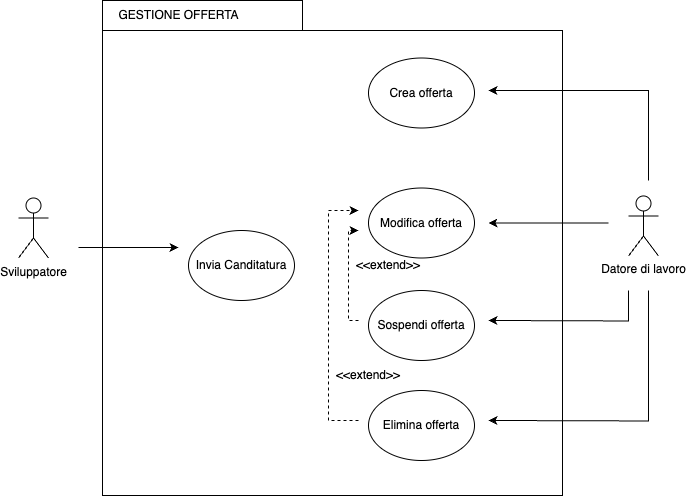
Earlier version of the draw.io export Documentazione/1. Requirement_Analysis_Document/Use_Case_Diagram/UCD_GO.png (JacopoPassariello/TuringCareers). Source tidied: cells renumbered, new cells last; positions are measured from the earlier drawing's top-left corner, leaving out a move shared by most shapes.
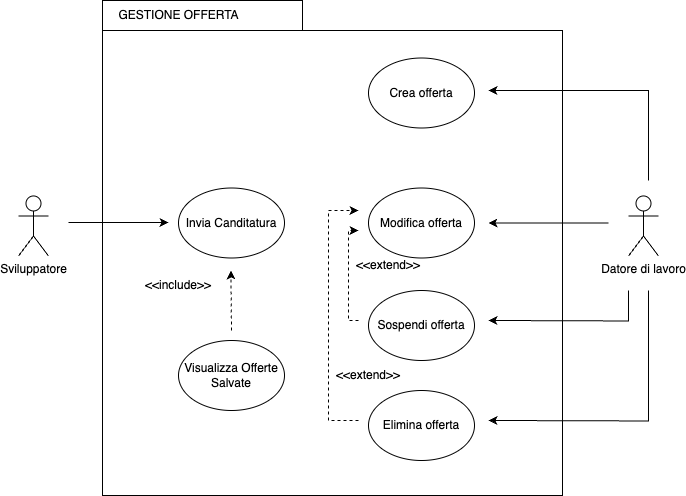
Above is the later version.

Commit message:
Use case update

Diff of the diagram source:
```diff
@@ -15,7 +15,7 @@
       <mxGeometry x="350" y="57.5" width="106" height="70" as="geometry" />
     </mxCell>
     <mxCell id="6" value="Sviluppatore" style="shape=umlActor;verticalLabelPosition=bottom;verticalAlign=top;html=1;" parent="1" vertex="1">
-      <mxGeometry y="197.5" width="30" height="60" as="geometry" />
+      <mxGeometry y="195.5" width="30" height="60" as="geometry" />
     </mxCell>
     <mxCell id="7" value="Elimina offerta" style="ellipse;whiteSpace=wrap;html=1;" parent="1" vertex="1">
       <mxGeometry x="350" y="390" width="106" height="70" as="geometry" />
@@ -39,12 +39,12 @@
       </mxGeometry>
     </mxCell>
     <mxCell id="11" value="Invia Canditatura" style="ellipse;whiteSpace=wrap;html=1;" parent="1" vertex="1">
-      <mxGeometry x="170" y="230" width="106" height="70" as="geometry" />
+      <mxGeometry x="160" y="187.5" width="106" height="70" as="geometry" />
     </mxCell>
     <mxCell id="12" style="endArrow=classic;html=1;rounded=0;" parent="1" edge="1">
       <mxGeometry relative="1" as="geometry">
-        <mxPoint x="60" y="247" as="sourcePoint" />
-        <mxPoint x="160" y="247" as="targetPoint" />
+        <mxPoint x="50" y="222" as="sourcePoint" />
+        <mxPoint x="150" y="222" as="targetPoint" />
       </mxGeometry>
     </mxCell>
     <mxCell id="13" value="Sospendi offerta" style="ellipse;whiteSpace=wrap;html=1;" parent="1" vertex="1">
@@ -94,5 +94,20 @@
     <mxCell id="19" value="&amp;lt;&amp;lt;extend&amp;gt;&amp;gt;" style="text;html=1;strokeColor=none;fillColor=none;align=center;verticalAlign=middle;whiteSpace=wrap;rounded=0;" parent="1" vertex="1">
       <mxGeometry x="320" y="360" width="60" height="30" as="geometry" />
     </mxCell>
+    <mxCell id="20" value="&amp;lt;&amp;lt;include&amp;gt;&amp;gt;" style="text;html=1;strokeColor=none;fillColor=none;align=center;verticalAlign=middle;whiteSpace=wrap;rounded=0;" parent="1" vertex="1">
+      <mxGeometry x="130" y="270" width="60" height="30" as="geometry" />
+    </mxCell>
+    <mxCell id="21" style="endArrow=classic;dashed=1;html=1;rounded=0;endFill=1;" parent="1" edge="1">
+      <mxGeometry relative="1" as="geometry">
+        <mxPoint x="213" y="330" as="sourcePoint" />
+        <mxPoint x="212.5" y="270" as="targetPoint" />
+        <Array as="points">
+          <mxPoint x="212.5" y="280" />
+        </Array>
+      </mxGeometry>
+    </mxCell>
+    <mxCell id="22" value="Visualizza Offerte Salvate" style="ellipse;whiteSpace=wrap;html=1;" parent="1" vertex="1">
+      <mxGeometry x="160" y="340" width="106" height="70" as="geometry" />
+    </mxCell>
   </root>
 </mxGraphModel>
```
